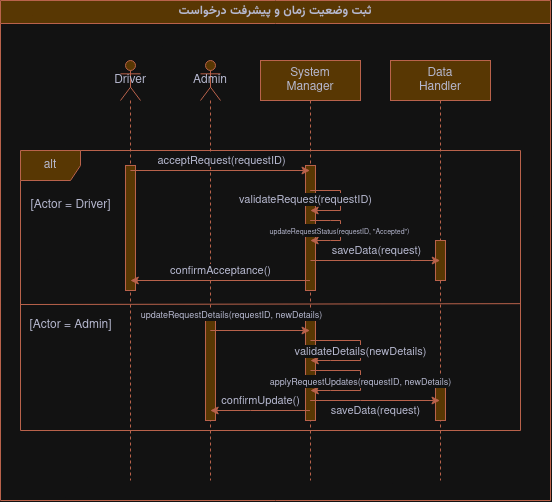
Earlier version of the draw.io export Diagrams and Documents/ph4/Sequence Diagrams/C1/addStatusRequestSeq.png (amir-Khodaverdi/The-Penguin-Project). Source tidied: cells renumbered, new cells last; positions are measured from the earlier drawing's top-left corner, leaving out a move shared by most shapes.
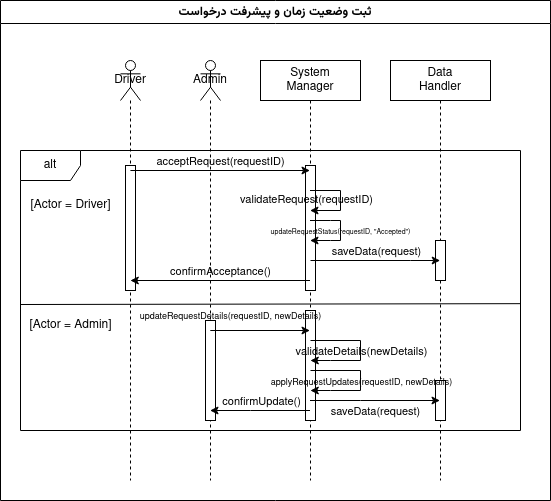
The same diagram one commit later.

Diff of the diagram source:
```diff
@@ -2,57 +2,57 @@
   <root>
     <mxCell id="0" />
     <mxCell id="1" parent="0" />
-    <mxCell id="2" value="&lt;font face=&quot;Vazirmatn&quot;&gt;ثبت وضعیت زمان و پیشرفت درخواست&lt;/font&gt;" style="swimlane;whiteSpace=wrap;html=1;labelBackgroundColor=none;fillColor=#F2CC8F;strokeColor=#E07A5F;fontColor=#393C56;" parent="1" vertex="1">
+    <mxCell id="2" value="&lt;font face=&quot;Vazirmatn&quot;&gt;ثبت وضعیت زمان و پیشرفت درخواست&lt;/font&gt;" style="swimlane;whiteSpace=wrap;html=1;labelBackgroundColor=none;" parent="1" vertex="1">
       <mxGeometry width="550" height="500" as="geometry" />
     </mxCell>
-    <mxCell id="3" value="Admin" style="shape=umlLifeline;perimeter=lifelinePerimeter;whiteSpace=wrap;html=1;outlineConnect=0;portConstraint=eastwest;newEdgeStyle={&quot;curved&quot;:0,&quot;rounded&quot;:0};participant=umlActor;labelBackgroundColor=none;fillColor=#F2CC8F;strokeColor=#E07A5F;fontColor=#393C56;size=40;" parent="2" vertex="1">
+    <mxCell id="3" value="Admin" style="shape=umlLifeline;perimeter=lifelinePerimeter;whiteSpace=wrap;html=1;outlineConnect=0;portConstraint=eastwest;newEdgeStyle={&quot;curved&quot;:0,&quot;rounded&quot;:0};participant=umlActor;labelBackgroundColor=none;size=40;" parent="2" vertex="1">
       <mxGeometry x="200" y="60" width="20" height="420" as="geometry" />
     </mxCell>
-    <mxCell id="4" style="html=1;perimeter=orthogonalPerimeter;targetShapes=umlLifeline;newEdgeStyle={&quot;curved&quot;:0,&quot;rounded&quot;:0};strokeColor=#E07A5F;fontColor=#393C56;fillColor=#F2CC8F;" parent="3" vertex="1">
+    <mxCell id="4" style="html=1;perimeter=orthogonalPerimeter;targetShapes=umlLifeline;newEdgeStyle={&quot;curved&quot;:0,&quot;rounded&quot;:0};labelBackgroundColor=none;" parent="3" vertex="1">
       <mxGeometry x="5" y="260" width="10" height="100" as="geometry" />
     </mxCell>
-    <mxCell id="5" value="Driver" style="shape=umlLifeline;perimeter=lifelinePerimeter;whiteSpace=wrap;html=1;newEdgeStyle={&quot;curved&quot;:0,&quot;rounded&quot;:0};participant=umlActor;labelBackgroundColor=none;fillColor=#F2CC8F;strokeColor=#E07A5F;fontColor=#393C56;size=40;" parent="2" vertex="1">
+    <mxCell id="5" value="Driver" style="shape=umlLifeline;perimeter=lifelinePerimeter;whiteSpace=wrap;html=1;newEdgeStyle={&quot;curved&quot;:0,&quot;rounded&quot;:0};participant=umlActor;labelBackgroundColor=none;size=40;" parent="2" vertex="1">
       <mxGeometry x="120" y="60" width="20" height="420" as="geometry" />
     </mxCell>
-    <mxCell id="6" style="html=1;perimeter=orthogonalPerimeter;targetShapes=umlLifeline;newEdgeStyle={&quot;curved&quot;:0,&quot;rounded&quot;:0};strokeColor=#E07A5F;fontColor=#393C56;fillColor=#F2CC8F;" parent="5" vertex="1">
+    <mxCell id="6" style="html=1;perimeter=orthogonalPerimeter;targetShapes=umlLifeline;newEdgeStyle={&quot;curved&quot;:0,&quot;rounded&quot;:0};labelBackgroundColor=none;" parent="5" vertex="1">
       <mxGeometry x="5" y="105" width="10" height="125" as="geometry" />
     </mxCell>
-    <mxCell id="7" value="&lt;div&gt;System&lt;/div&gt;&lt;div&gt;Manager&lt;br&gt;&lt;/div&gt;" style="shape=umlLifeline;perimeter=lifelinePerimeter;whiteSpace=wrap;html=1;outlineConnect=0;portConstraint=eastwest;newEdgeStyle={&quot;edgeStyle&quot;:&quot;elbowEdgeStyle&quot;,&quot;elbow&quot;:&quot;vertical&quot;,&quot;curved&quot;:0,&quot;rounded&quot;:0};labelBackgroundColor=none;fillColor=#F2CC8F;strokeColor=#E07A5F;fontColor=#393C56;" parent="2" vertex="1">
+    <mxCell id="7" value="&lt;div&gt;System&lt;/div&gt;&lt;div&gt;Manager&lt;br&gt;&lt;/div&gt;" style="shape=umlLifeline;perimeter=lifelinePerimeter;whiteSpace=wrap;html=1;outlineConnect=0;portConstraint=eastwest;newEdgeStyle={&quot;edgeStyle&quot;:&quot;elbowEdgeStyle&quot;,&quot;elbow&quot;:&quot;vertical&quot;,&quot;curved&quot;:0,&quot;rounded&quot;:0};labelBackgroundColor=none;" parent="2" vertex="1">
       <mxGeometry x="260" y="60" width="100" height="420" as="geometry" />
     </mxCell>
-    <mxCell id="8" style="html=1;perimeter=orthogonalPerimeter;targetShapes=umlLifeline;newEdgeStyle={&quot;curved&quot;:0,&quot;rounded&quot;:0};strokeColor=#E07A5F;fontColor=#393C56;fillColor=#F2CC8F;" parent="7" vertex="1">
+    <mxCell id="8" style="html=1;perimeter=orthogonalPerimeter;targetShapes=umlLifeline;newEdgeStyle={&quot;curved&quot;:0,&quot;rounded&quot;:0};labelBackgroundColor=none;" parent="7" vertex="1">
       <mxGeometry x="45" y="105" width="10" height="125" as="geometry" />
     </mxCell>
-    <mxCell id="9" style="html=1;perimeter=orthogonalPerimeter;targetShapes=umlLifeline;newEdgeStyle={&quot;curved&quot;:0,&quot;rounded&quot;:0};strokeColor=#E07A5F;fontColor=#393C56;fillColor=#F2CC8F;" parent="7" vertex="1">
+    <mxCell id="9" style="html=1;perimeter=orthogonalPerimeter;targetShapes=umlLifeline;newEdgeStyle={&quot;curved&quot;:0,&quot;rounded&quot;:0};labelBackgroundColor=none;" parent="7" vertex="1">
       <mxGeometry x="45" y="250" width="10" height="110" as="geometry" />
     </mxCell>
-    <mxCell id="10" value="&lt;div&gt;Data&lt;/div&gt;&lt;div&gt;Handler&lt;br&gt;&lt;/div&gt;" style="shape=umlLifeline;perimeter=lifelinePerimeter;whiteSpace=wrap;html=1;outlineConnect=0;portConstraint=eastwest;newEdgeStyle={&quot;edgeStyle&quot;:&quot;elbowEdgeStyle&quot;,&quot;elbow&quot;:&quot;vertical&quot;,&quot;curved&quot;:0,&quot;rounded&quot;:0};labelBackgroundColor=none;fillColor=#F2CC8F;strokeColor=#E07A5F;fontColor=#393C56;" parent="2" vertex="1">
+    <mxCell id="10" value="&lt;div&gt;Data&lt;/div&gt;&lt;div&gt;Handler&lt;br&gt;&lt;/div&gt;" style="shape=umlLifeline;perimeter=lifelinePerimeter;whiteSpace=wrap;html=1;outlineConnect=0;portConstraint=eastwest;newEdgeStyle={&quot;edgeStyle&quot;:&quot;elbowEdgeStyle&quot;,&quot;elbow&quot;:&quot;vertical&quot;,&quot;curved&quot;:0,&quot;rounded&quot;:0};labelBackgroundColor=none;" parent="2" vertex="1">
       <mxGeometry x="390" y="60" width="100" height="420" as="geometry" />
     </mxCell>
-    <mxCell id="11" style="html=1;perimeter=orthogonalPerimeter;targetShapes=umlLifeline;newEdgeStyle={&quot;curved&quot;:0,&quot;rounded&quot;:0};strokeColor=#E07A5F;fontColor=#393C56;fillColor=#F2CC8F;" parent="10" vertex="1">
+    <mxCell id="11" style="html=1;perimeter=orthogonalPerimeter;targetShapes=umlLifeline;newEdgeStyle={&quot;curved&quot;:0,&quot;rounded&quot;:0};labelBackgroundColor=none;" parent="10" vertex="1">
       <mxGeometry x="45" y="180" width="10" height="40" as="geometry" />
     </mxCell>
-    <mxCell id="12" style="html=1;perimeter=orthogonalPerimeter;targetShapes=umlLifeline;newEdgeStyle={&quot;curved&quot;:0,&quot;rounded&quot;:0};strokeColor=#E07A5F;fontColor=#393C56;fillColor=#F2CC8F;" parent="10" vertex="1">
+    <mxCell id="12" style="html=1;perimeter=orthogonalPerimeter;targetShapes=umlLifeline;newEdgeStyle={&quot;curved&quot;:0,&quot;rounded&quot;:0};labelBackgroundColor=none;" parent="10" vertex="1">
       <mxGeometry x="45" y="320" width="10" height="40" as="geometry" />
     </mxCell>
-    <mxCell id="13" value="alt" style="shape=umlFrame;whiteSpace=wrap;html=1;labelBackgroundColor=none;fillColor=#F2CC8F;strokeColor=#E07A5F;fontColor=#393C56;" parent="2" vertex="1">
+    <mxCell id="13" value="alt" style="shape=umlFrame;whiteSpace=wrap;html=1;labelBackgroundColor=none;" parent="2" vertex="1">
       <mxGeometry x="20" y="150" width="500" height="280" as="geometry" />
     </mxCell>
-    <mxCell id="14" style="endArrow=none;html=1;rounded=0;exitX=-0.001;exitY=0.55;exitDx=0;exitDy=0;exitPerimeter=0;entryX=1.001;entryY=0.547;entryDx=0;entryDy=0;entryPerimeter=0;labelBackgroundColor=none;strokeColor=#E07A5F;fontColor=default;" parent="2" edge="1" source="13" target="13">
+    <mxCell id="14" style="endArrow=none;html=1;rounded=0;exitX=-0.001;exitY=0.55;exitDx=0;exitDy=0;exitPerimeter=0;entryX=1.001;entryY=0.547;entryDx=0;entryDy=0;entryPerimeter=0;labelBackgroundColor=none;fontColor=default;" parent="2" edge="1" source="13" target="13">
       <mxGeometry relative="1" as="geometry" />
     </mxCell>
-    <mxCell id="15" style="endArrow=classic;html=1;rounded=0;strokeColor=#E07A5F;fontColor=#393C56;fillColor=#F2CC8F;" parent="2" edge="1">
+    <mxCell id="15" style="endArrow=classic;html=1;rounded=0;fontColor=default;labelBackgroundColor=none;" parent="2" edge="1">
       <mxGeometry relative="1" as="geometry">
         <mxPoint x="129.9" y="170" as="sourcePoint" />
         <mxPoint x="309.5" y="170" as="targetPoint" />
       </mxGeometry>
     </mxCell>
-    <mxCell id="16" value="acceptRequest(requestID)" style="edgeLabel;html=1;align=center;verticalAlign=middle;strokeColor=#E07A5F;fontColor=#393C56;fillColor=#F2CC8F;" parent="15" vertex="1">
+    <mxCell id="16" value="acceptRequest(requestID)" style="edgeLabel;html=1;align=center;verticalAlign=middle;labelBackgroundColor=none;" parent="15" vertex="1">
       <mxGeometry x="0.16" y="2" relative="1" as="geometry">
         <mxPoint x="-14" y="-8" as="offset" />
       </mxGeometry>
     </mxCell>
-    <mxCell id="17" style="endArrow=classic;html=1;rounded=0;strokeColor=#E07A5F;fontColor=#393C56;fillColor=#F2CC8F;" parent="2" edge="1" source="7" target="7">
+    <mxCell id="17" style="endArrow=classic;html=1;rounded=0;fontColor=default;labelBackgroundColor=none;" parent="2" edge="1" source="7" target="7">
       <mxGeometry relative="1" as="geometry">
         <Array as="points">
           <mxPoint x="340" y="190" />
@@ -61,12 +61,12 @@
         </Array>
       </mxGeometry>
     </mxCell>
-    <mxCell id="18" value="validateRequest(requestID)" style="edgeLabel;html=1;align=center;verticalAlign=middle;strokeColor=#E07A5F;fontColor=#393C56;fillColor=#F2CC8F;" parent="17" vertex="1">
+    <mxCell id="18" value="validateRequest(requestID)" style="edgeLabel;html=1;align=center;verticalAlign=middle;labelBackgroundColor=none;" parent="17" vertex="1">
       <mxGeometry x="-0.04" relative="1" as="geometry">
         <mxPoint x="-35" as="offset" />
       </mxGeometry>
     </mxCell>
-    <mxCell id="19" style="endArrow=classic;html=1;rounded=0;strokeColor=#E07A5F;fontColor=#393C56;fillColor=#F2CC8F;" parent="2" edge="1" source="7" target="7">
+    <mxCell id="19" style="endArrow=classic;html=1;rounded=0;fontColor=default;labelBackgroundColor=none;" parent="2" edge="1" source="7" target="7">
       <mxGeometry relative="1" as="geometry">
         <Array as="points">
           <mxPoint x="330" y="220" />
@@ -76,10 +76,10 @@
         </Array>
       </mxGeometry>
     </mxCell>
-    <mxCell id="20" value="&lt;font style=&quot;font-size: 7px;&quot;&gt;&lt;font&gt;updateRequestStatus(requestID, &quot;Accepted&quot;)&lt;/font&gt;&lt;font&gt;&lt;br&gt;&lt;/font&gt;&lt;/font&gt;" style="edgeLabel;html=1;align=center;verticalAlign=middle;strokeColor=#E07A5F;fontColor=#393C56;fillColor=#F2CC8F;" parent="19" vertex="1">
+    <mxCell id="20" value="&lt;font style=&quot;font-size: 7px;&quot;&gt;&lt;font&gt;updateRequestStatus(requestID, &quot;Accepted&quot;)&lt;/font&gt;&lt;font&gt;&lt;br&gt;&lt;/font&gt;&lt;/font&gt;" style="edgeLabel;html=1;align=center;verticalAlign=middle;labelBackgroundColor=none;" parent="19" vertex="1">
       <mxGeometry x="-0.02" y="-1" relative="1" as="geometry" />
     </mxCell>
-    <mxCell id="21" style="endArrow=classic;html=1;rounded=0;strokeColor=#E07A5F;fontColor=#393C56;fillColor=#F2CC8F;" parent="2" edge="1">
+    <mxCell id="21" style="endArrow=classic;html=1;rounded=0;fontColor=default;labelBackgroundColor=none;" parent="2" edge="1">
       <mxGeometry relative="1" as="geometry">
         <mxPoint x="310" y="260" as="sourcePoint" />
         <mxPoint x="439.7" y="260" as="targetPoint" />
@@ -88,40 +88,40 @@
         </Array>
       </mxGeometry>
     </mxCell>
-    <mxCell id="22" value="saveData(request)" style="edgeLabel;html=1;align=center;verticalAlign=middle;strokeColor=#E07A5F;fontColor=#393C56;fillColor=#F2CC8F;" parent="21" vertex="1">
+    <mxCell id="22" value="saveData(request)" style="edgeLabel;html=1;align=center;verticalAlign=middle;labelBackgroundColor=none;" parent="21" vertex="1">
       <mxGeometry x="0.22" y="2" relative="1" as="geometry">
         <mxPoint x="-14" y="-8" as="offset" />
       </mxGeometry>
     </mxCell>
-    <mxCell id="23" style="endArrow=classic;html=1;rounded=0;strokeColor=#E07A5F;fontColor=#393C56;fillColor=#F2CC8F;" parent="2" edge="1">
+    <mxCell id="23" style="endArrow=classic;html=1;rounded=0;fontColor=default;labelBackgroundColor=none;" parent="2" edge="1">
       <mxGeometry relative="1" as="geometry">
         <mxPoint x="309.5" y="280" as="sourcePoint" />
         <mxPoint x="129.8" y="280" as="targetPoint" />
       </mxGeometry>
     </mxCell>
-    <mxCell id="24" value="confirmAcceptance()" style="edgeLabel;html=1;align=center;verticalAlign=middle;strokeColor=#E07A5F;fontColor=#393C56;fillColor=#F2CC8F;" parent="23" vertex="1">
+    <mxCell id="24" value="confirmAcceptance()" style="edgeLabel;html=1;align=center;verticalAlign=middle;labelBackgroundColor=none;" parent="23" vertex="1">
       <mxGeometry x="-0.46" y="1" relative="1" as="geometry">
         <mxPoint x="-41" y="-11" as="offset" />
       </mxGeometry>
     </mxCell>
-    <mxCell id="25" value="[Actor = Driver]" style="text;html=1;align=center;verticalAlign=middle;strokeColor=none;fillColor=none;labelBackgroundColor=none;fontColor=#393C56;" parent="2" vertex="1">
+    <mxCell id="25" value="[Actor = Driver]" style="text;html=1;align=center;verticalAlign=middle;strokeColor=none;fillColor=none;labelBackgroundColor=none;" parent="2" vertex="1">
       <mxGeometry x="20" y="190" width="100" height="30" as="geometry" />
     </mxCell>
-    <mxCell id="26" value="[Actor = Admin]" style="text;html=1;align=center;verticalAlign=middle;strokeColor=none;fillColor=none;labelBackgroundColor=none;fontColor=#393C56;" parent="2" vertex="1">
+    <mxCell id="26" value="[Actor = Admin]" style="text;html=1;align=center;verticalAlign=middle;strokeColor=none;fillColor=none;labelBackgroundColor=none;" parent="2" vertex="1">
       <mxGeometry x="15" y="310" width="110" height="30" as="geometry" />
     </mxCell>
-    <mxCell id="27" style="endArrow=classic;html=1;rounded=0;strokeColor=#E07A5F;fontColor=#393C56;fillColor=#F2CC8F;" parent="2" edge="1">
+    <mxCell id="27" style="endArrow=classic;html=1;rounded=0;fontColor=default;labelBackgroundColor=none;" parent="2" edge="1">
       <mxGeometry relative="1" as="geometry">
         <mxPoint x="209.8" y="330" as="sourcePoint" />
         <mxPoint x="309.5" y="330" as="targetPoint" />
       </mxGeometry>
     </mxCell>
-    <mxCell id="28" value="&lt;font&gt;updateRequestDetails(requestID, newDetails)&lt;/font&gt;" style="edgeLabel;html=1;align=center;verticalAlign=middle;strokeColor=#E07A5F;fontColor=#393C56;fillColor=#F2CC8F;fontSize=9;" parent="27" vertex="1">
+    <mxCell id="28" value="&lt;font&gt;updateRequestDetails(requestID, newDetails)&lt;/font&gt;" style="edgeLabel;html=1;align=center;verticalAlign=middle;fontSize=9;labelBackgroundColor=none;" parent="27" vertex="1">
       <mxGeometry x="-0.23" y="2" relative="1" as="geometry">
         <mxPoint x="-18" y="-13" as="offset" />
       </mxGeometry>
     </mxCell>
-    <mxCell id="29" style="endArrow=classic;html=1;rounded=0;strokeColor=#E07A5F;fontColor=#393C56;fillColor=#F2CC8F;" parent="2" edge="1">
+    <mxCell id="29" style="endArrow=classic;html=1;rounded=0;fontColor=default;labelBackgroundColor=none;" parent="2" edge="1">
       <mxGeometry relative="1" as="geometry">
         <mxPoint x="310" y="340" as="sourcePoint" />
         <mxPoint x="309.8" y="360" as="targetPoint" />
@@ -132,12 +132,12 @@
         </Array>
       </mxGeometry>
     </mxCell>
-    <mxCell id="30" value="validateDetails(newDetails)" style="edgeLabel;html=1;align=center;verticalAlign=middle;strokeColor=#E07A5F;fontColor=#393C56;fillColor=#F2CC8F;" parent="29" vertex="1">
+    <mxCell id="30" value="validateDetails(newDetails)" style="edgeLabel;html=1;align=center;verticalAlign=middle;labelBackgroundColor=none;" parent="29" vertex="1">
       <mxGeometry x="-0.03" y="1" relative="1" as="geometry">
         <mxPoint x="-1" y="2" as="offset" />
       </mxGeometry>
     </mxCell>
-    <mxCell id="31" style="endArrow=classic;html=1;rounded=0;strokeColor=#E07A5F;fontColor=#393C56;fillColor=#F2CC8F;" parent="2" edge="1">
+    <mxCell id="31" style="endArrow=classic;html=1;rounded=0;fontColor=default;labelBackgroundColor=none;" parent="2" edge="1">
       <mxGeometry relative="1" as="geometry">
         <mxPoint x="310" y="370" as="sourcePoint" />
         <mxPoint x="309.8" y="390" as="targetPoint" />
@@ -148,31 +148,31 @@
         </Array>
       </mxGeometry>
     </mxCell>
-    <mxCell id="32" value="&lt;font style=&quot;font-size: 9px;&quot;&gt;applyRequestUpdates(requestID, newDetails)&lt;/font&gt;" style="edgeLabel;html=1;align=center;verticalAlign=middle;strokeColor=#E07A5F;fontColor=#393C56;fillColor=#F2CC8F;" parent="31" vertex="1">
+    <mxCell id="32" value="&lt;font style=&quot;font-size: 9px;&quot;&gt;applyRequestUpdates(requestID, newDetails)&lt;/font&gt;" style="edgeLabel;html=1;align=center;verticalAlign=middle;labelBackgroundColor=none;" parent="31" vertex="1">
       <mxGeometry x="-0.03" y="1" relative="1" as="geometry">
         <mxPoint x="-1" y="2" as="offset" />
       </mxGeometry>
     </mxCell>
-    <mxCell id="33" style="endArrow=classic;html=1;rounded=0;strokeColor=#E07A5F;fontColor=#393C56;fillColor=#F2CC8F;" parent="2" edge="1" source="7" target="10">
+    <mxCell id="33" style="endArrow=classic;html=1;rounded=0;fontColor=default;labelBackgroundColor=none;" parent="2" edge="1" source="7" target="10">
       <mxGeometry relative="1" as="geometry">
         <Array as="points">
           <mxPoint x="360" y="400" />
         </Array>
       </mxGeometry>
     </mxCell>
-    <mxCell id="34" value="saveData(request)" style="edgeLabel;html=1;align=center;verticalAlign=middle;strokeColor=#E07A5F;fontColor=#393C56;fillColor=#F2CC8F;" parent="33" vertex="1">
+    <mxCell id="34" value="saveData(request)" style="edgeLabel;html=1;align=center;verticalAlign=middle;labelBackgroundColor=none;" parent="33" vertex="1">
       <mxGeometry x="0.12" relative="1" as="geometry">
         <mxPoint x="-8" y="10" as="offset" />
       </mxGeometry>
     </mxCell>
-    <mxCell id="35" style="endArrow=classic;html=1;rounded=0;strokeColor=#E07A5F;fontColor=#393C56;fillColor=#F2CC8F;" parent="2" edge="1" source="7" target="3">
+    <mxCell id="35" style="endArrow=classic;html=1;rounded=0;fontColor=default;labelBackgroundColor=none;" parent="2" edge="1" source="7" target="3">
       <mxGeometry relative="1" as="geometry">
         <Array as="points">
           <mxPoint x="250" y="410" />
         </Array>
       </mxGeometry>
     </mxCell>
-    <mxCell id="36" value="confirmUpdate()" style="edgeLabel;html=1;align=center;verticalAlign=middle;strokeColor=#E07A5F;fontColor=#393C56;fillColor=#F2CC8F;" parent="35" vertex="1">
+    <mxCell id="36" value="confirmUpdate()" style="edgeLabel;html=1;align=center;verticalAlign=middle;labelBackgroundColor=none;" parent="35" vertex="1">
       <mxGeometry x="-0.25" y="-1" relative="1" as="geometry">
         <mxPoint x="-12" y="-9" as="offset" />
       </mxGeometry>
```
